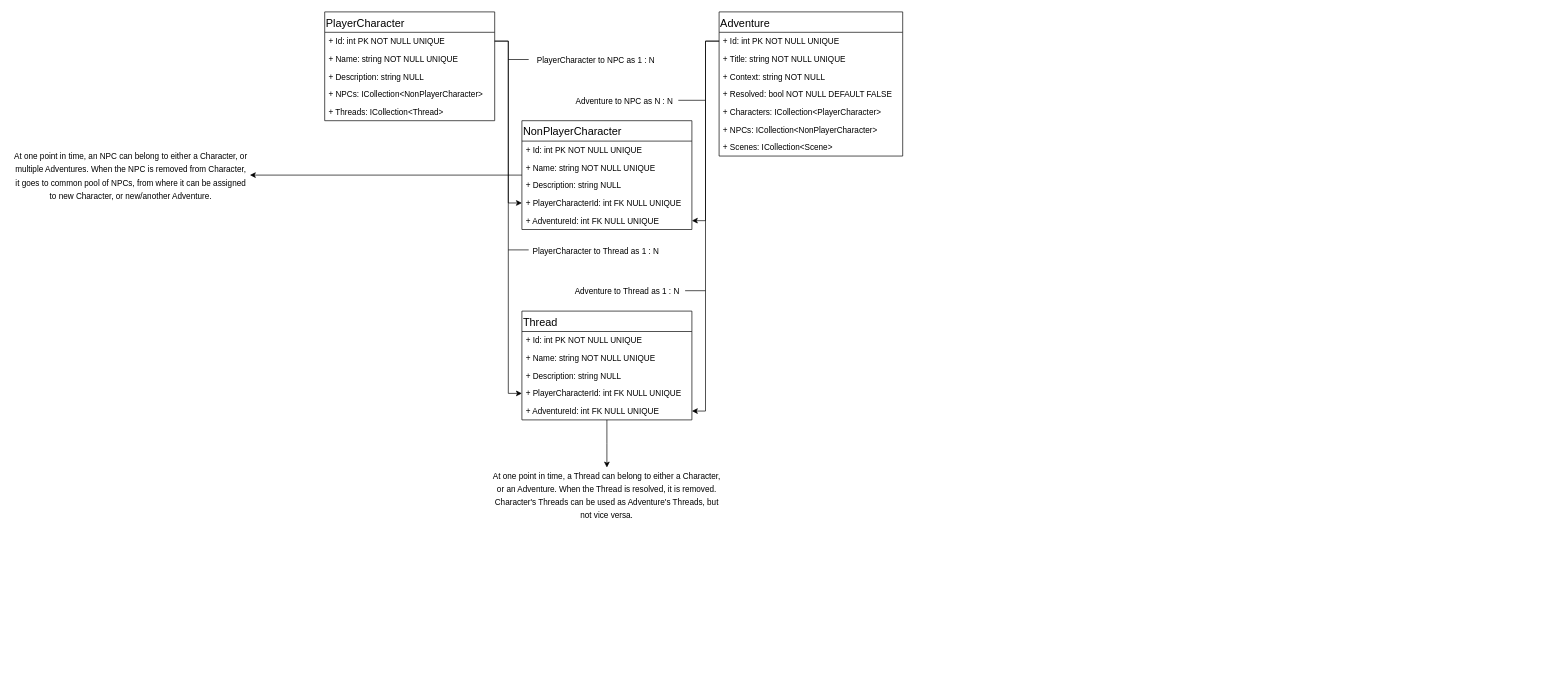
The draw.io diagram page "Data Structure" (3 of 3) of App Flow and Data Structure.drawio in StanisKo/MGME, before the edit. Source tidied: cells renumbered, new cells numbered last; positions are measured from the earlier drawing's top-left corner, leaving out a move shared by most shapes. Both pictures are drawn from the tidied source at 68%, with x=0, y=0 at pixel (12, 12).
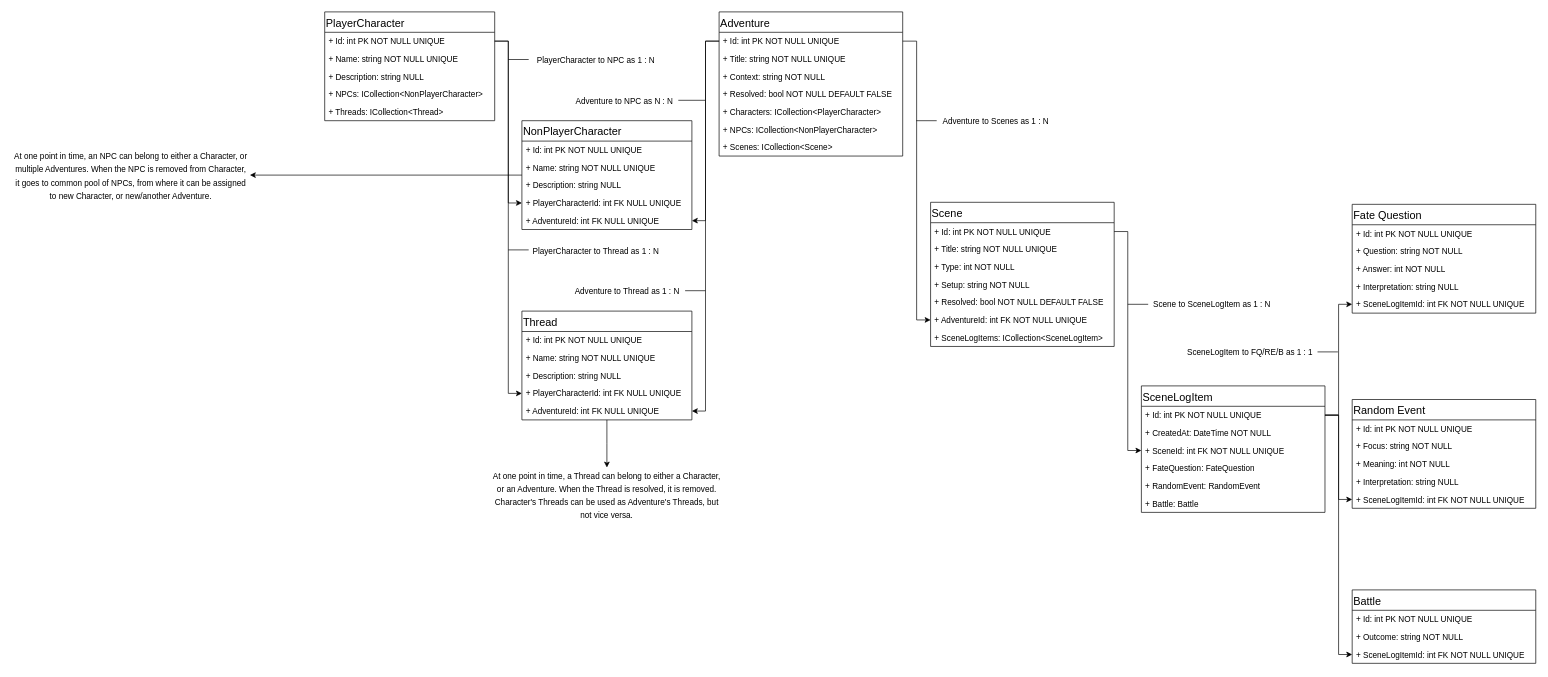
Above is the later version.

The change refers to these unchanged cells:
```xml
<mxCell id="17" value="+ Id: int PK NOT NULL UNIQUE" style="text;strokeColor=none;fillColor=none;align=left;verticalAlign=top;spacingLeft=4;spacingRight=4;overflow=hidden;points=[[0,0.5],[1,0.5]];portConstraint=eastwest;" parent="16" vertex="1">
  <mxGeometry y="30" width="270" height="26" as="geometry" />
</mxCell>
```

Diff of the diagram source:
```diff
@@
+    <mxCell id="44" value="Scene" style="swimlane;fontStyle=0;align=left;verticalAlign=top;horizontal=1;startSize=30;rounded=0;strokeColor=#000000;strokeWidth=1;fillColor=none;fontSize=16;fontColor=#000000;" parent="1" vertex="1">
+      <mxGeometry x="1351" y="280" width="270" height="212" as="geometry" />
+    </mxCell>
+    <mxCell id="45" value="+ Id: int PK NOT NULL UNIQUE" style="text;strokeColor=none;fillColor=none;align=left;verticalAlign=top;spacingLeft=4;spacingRight=4;overflow=hidden;points=[[0,0.5],[1,0.5]];portConstraint=eastwest;" parent="44" vertex="1">
+      <mxGeometry y="30" width="270" height="26" as="geometry" />
+    </mxCell>
+    <mxCell id="46" value="+ Title: string NOT NULL UNIQUE" style="text;strokeColor=none;fillColor=none;align=left;verticalAlign=top;spacingLeft=4;spacingRight=4;overflow=hidden;" parent="44" vertex="1">
+      <mxGeometry y="56" width="270" height="26" as="geometry" />
+    </mxCell>
+    <mxCell id="47" value="+ Type: int NOT NULL" style="text;strokeColor=none;fillColor=none;align=left;verticalAlign=top;spacingLeft=4;spacingRight=4;overflow=hidden;" parent="44" vertex="1">
+      <mxGeometry y="82" width="270" height="26" as="geometry" />
+    </mxCell>
+    <mxCell id="48" value="+ Setup: string NOT NULL" style="text;strokeColor=none;fillColor=none;align=left;verticalAlign=top;spacingLeft=4;spacingRight=4;overflow=hidden;" parent="44" vertex="1">
+      <mxGeometry y="108" width="270" height="26" as="geometry" />
+    </mxCell>
+    <mxCell id="49" value="+ Resolved: bool NOT NULL DEFAULT FALSE" style="text;strokeColor=none;fillColor=none;align=left;verticalAlign=top;spacingLeft=4;spacingRight=4;overflow=hidden;" parent="44" vertex="1">
+      <mxGeometry y="134" width="270" height="26" as="geometry" />
+    </mxCell>
+    <mxCell id="50" value="+ AdventureId: int FK NOT NULL UNIQUE" style="text;strokeColor=none;fillColor=none;align=left;verticalAlign=top;spacingLeft=4;spacingRight=4;overflow=hidden;points=[[0,0.5],[1,0.5]];portConstraint=eastwest;" parent="44" vertex="1">
+      <mxGeometry y="160" width="270" height="26" as="geometry" />
+    </mxCell>
+    <mxCell id="51" value="+ SceneLogItems: ICollection&lt;SceneLogItem&gt;" style="text;strokeColor=none;fillColor=none;align=left;verticalAlign=top;spacingLeft=4;spacingRight=4;overflow=hidden;" parent="44" vertex="1">
+      <mxGeometry y="186" width="270" height="26" as="geometry" />
+    </mxCell>
+    <mxCell id="52" style="edgeStyle=orthogonalEdgeStyle;rounded=0;jettySize=auto;html=1;entryX=0;entryY=0.5;entryDx=0;entryDy=0;strokeWidth=1;fontSize=16;fontColor=#000000;" parent="1" edge="1" source="17" target="50">
+      <mxGeometry relative="1" as="geometry" />
+    </mxCell>
+    <mxCell id="53" style="endArrow=none;html=1;strokeWidth=1;fontSize=16;fontColor=#000000;" parent="1" edge="1">
+      <mxGeometry relative="1" as="geometry">
+        <mxPoint x="1330" y="160" as="sourcePoint" />
+        <mxPoint x="1360" y="160" as="targetPoint" />
+      </mxGeometry>
+    </mxCell>
+    <mxCell id="54" value="&lt;font style=&quot;font-size: 12px&quot;&gt;Adventure to Scenes as 1 : N&lt;/font&gt;" style="text;html=1;strokeColor=none;fillColor=none;align=center;verticalAlign=middle;whiteSpace=wrap;rounded=0;fontSize=16;fontColor=#000000;" parent="1" vertex="1">
+      <mxGeometry x="1346" y="150" width="202" height="20" as="geometry" />
+    </mxCell>
+    <mxCell id="55" value="SceneLogItem" style="swimlane;fontStyle=0;align=left;verticalAlign=top;horizontal=1;startSize=30;rounded=0;strokeColor=#000000;strokeWidth=1;fillColor=none;fontSize=16;fontColor=#000000;" parent="1" vertex="1">
+      <mxGeometry x="1661" y="550" width="270" height="186" as="geometry" />
+    </mxCell>
+    <mxCell id="56" value="+ Id: int PK NOT NULL UNIQUE" style="text;strokeColor=none;fillColor=none;align=left;verticalAlign=top;spacingLeft=4;spacingRight=4;overflow=hidden;points=[[0,0.5],[1,0.5]];portConstraint=eastwest;" parent="55" vertex="1">
+      <mxGeometry y="30" width="270" height="26" as="geometry" />
+    </mxCell>
+    <mxCell id="57" value="+ CreatedAt: DateTime NOT NULL" style="text;strokeColor=none;fillColor=none;align=left;verticalAlign=top;spacingLeft=4;spacingRight=4;overflow=hidden;" parent="55" vertex="1">
+      <mxGeometry y="56" width="270" height="26" as="geometry" />
+    </mxCell>
+    <mxCell id="58" value="+ SceneId: int FK NOT NULL UNIQUE" style="text;strokeColor=none;fillColor=none;align=left;verticalAlign=top;spacingLeft=4;spacingRight=4;overflow=hidden;points=[[0,0.5],[1,0.5]];portConstraint=eastwest;" parent="55" vertex="1">
+      <mxGeometry y="82" width="270" height="26" as="geometry" />
+    </mxCell>
+    <mxCell id="59" value="+ FateQuestion: FateQuestion" style="text;strokeColor=none;fillColor=none;align=left;verticalAlign=top;spacingLeft=4;spacingRight=4;overflow=hidden;" parent="55" vertex="1">
+      <mxGeometry y="108" width="270" height="26" as="geometry" />
+    </mxCell>
+    <mxCell id="60" value="+ RandomEvent: RandomEvent" style="text;strokeColor=none;fillColor=none;align=left;verticalAlign=top;spacingLeft=4;spacingRight=4;overflow=hidden;" parent="55" vertex="1">
+      <mxGeometry y="134" width="270" height="26" as="geometry" />
+    </mxCell>
+    <mxCell id="61" value="+ Battle: Battle" style="text;strokeColor=none;fillColor=none;align=left;verticalAlign=top;spacingLeft=4;spacingRight=4;overflow=hidden;" parent="55" vertex="1">
+      <mxGeometry y="160" width="270" height="26" as="geometry" />
+    </mxCell>
+    <mxCell id="62" style="edgeStyle=orthogonalEdgeStyle;rounded=0;jettySize=auto;html=1;entryX=0;entryY=0.5;entryDx=0;entryDy=0;strokeWidth=1;fontSize=16;fontColor=#000000;" parent="1" edge="1" source="45" target="58">
+      <mxGeometry relative="1" as="geometry" />
+    </mxCell>
+    <mxCell id="63" value="Fate Question" style="swimlane;fontStyle=0;align=left;verticalAlign=top;horizontal=1;startSize=30;rounded=0;strokeColor=#000000;strokeWidth=1;fillColor=none;fontSize=16;fontColor=#000000;" parent="1" vertex="1">
+      <mxGeometry x="1971" y="283" width="270" height="160" as="geometry" />
+    </mxCell>
+    <mxCell id="64" value="+ Id: int PK NOT NULL UNIQUE" style="text;strokeColor=none;fillColor=none;align=left;verticalAlign=top;spacingLeft=4;spacingRight=4;overflow=hidden;" parent="63" vertex="1">
+      <mxGeometry y="30" width="270" height="26" as="geometry" />
+    </mxCell>
+    <mxCell id="65" value="+ Question: string NOT NULL" style="text;strokeColor=none;fillColor=none;align=left;verticalAlign=top;spacingLeft=4;spacingRight=4;overflow=hidden;" parent="63" vertex="1">
+      <mxGeometry y="56" width="270" height="26" as="geometry" />
+    </mxCell>
+    <mxCell id="66" value="+ Answer: int NOT NULL" style="text;strokeColor=none;fillColor=none;align=left;verticalAlign=top;spacingLeft=4;spacingRight=4;overflow=hidden;" parent="63" vertex="1">
+      <mxGeometry y="82" width="270" height="26" as="geometry" />
+    </mxCell>
+    <mxCell id="67" value="+ Interpretation: string NULL" style="text;strokeColor=none;fillColor=none;align=left;verticalAlign=top;spacingLeft=4;spacingRight=4;overflow=hidden;" parent="63" vertex="1">
+      <mxGeometry y="108" width="270" height="26" as="geometry" />
+    </mxCell>
+    <mxCell id="68" value="+ SceneLogItemId: int FK NOT NULL UNIQUE" style="text;strokeColor=none;fillColor=none;align=left;verticalAlign=top;spacingLeft=4;spacingRight=4;overflow=hidden;points=[[0,0.5],[1,0.5]];portConstraint=eastwest;" parent="63" vertex="1">
+      <mxGeometry y="134" width="270" height="26" as="geometry" />
+    </mxCell>
+    <mxCell id="69" style="edgeStyle=orthogonalEdgeStyle;rounded=0;jettySize=auto;html=1;entryX=0;entryY=0.5;entryDx=0;entryDy=0;strokeWidth=1;fontSize=16;fontColor=#000000;" parent="1" edge="1" source="56" target="68">
+      <mxGeometry relative="1" as="geometry" />
+    </mxCell>
+    <mxCell id="70" value="Battle" style="swimlane;fontStyle=0;align=left;verticalAlign=top;horizontal=1;startSize=30;rounded=0;strokeColor=#000000;strokeWidth=1;fillColor=none;fontSize=16;fontColor=#000000;" parent="1" vertex="1">
+      <mxGeometry x="1971" y="850" width="270" height="108" as="geometry" />
+    </mxCell>
+    <mxCell id="71" value="+ Id: int PK NOT NULL UNIQUE" style="text;strokeColor=none;fillColor=none;align=left;verticalAlign=top;spacingLeft=4;spacingRight=4;overflow=hidden;" parent="70" vertex="1">
+      <mxGeometry y="30" width="270" height="26" as="geometry" />
+    </mxCell>
+    <mxCell id="72" value="+ Outcome: string NOT NULL" style="text;strokeColor=none;fillColor=none;align=left;verticalAlign=top;spacingLeft=4;spacingRight=4;overflow=hidden;" parent="70" vertex="1">
+      <mxGeometry y="56" width="270" height="26" as="geometry" />
+    </mxCell>
+    <mxCell id="73" value="+ SceneLogItemId: int FK NOT NULL UNIQUE" style="text;strokeColor=none;fillColor=none;align=left;verticalAlign=top;spacingLeft=4;spacingRight=4;overflow=hidden;points=[[0,0.5],[1,0.5]];portConstraint=eastwest;" parent="70" vertex="1">
+      <mxGeometry y="82" width="270" height="26" as="geometry" />
+    </mxCell>
+    <mxCell id="74" style="edgeStyle=orthogonalEdgeStyle;rounded=0;jettySize=auto;html=1;entryX=0;entryY=0.5;entryDx=0;entryDy=0;strokeWidth=1;fontSize=16;fontColor=#000000;" parent="1" edge="1" source="56" target="73">
+      <mxGeometry relative="1" as="geometry" />
+    </mxCell>
+    <mxCell id="75" value="Random Event" style="swimlane;fontStyle=0;align=left;verticalAlign=top;horizontal=1;startSize=30;rounded=0;strokeColor=#000000;strokeWidth=1;fillColor=none;fontSize=16;fontColor=#000000;" parent="1" vertex="1">
+      <mxGeometry x="1971" y="570" width="270" height="160" as="geometry" />
+    </mxCell>
+    <mxCell id="76" value="+ Id: int PK NOT NULL UNIQUE" style="text;strokeColor=none;fillColor=none;align=left;verticalAlign=top;spacingLeft=4;spacingRight=4;overflow=hidden;" parent="75" vertex="1">
+      <mxGeometry y="30" width="270" height="26" as="geometry" />
+    </mxCell>
+    <mxCell id="77" value="+ Focus: string NOT NULL" style="text;strokeColor=none;fillColor=none;align=left;verticalAlign=top;spacingLeft=4;spacingRight=4;overflow=hidden;" parent="75" vertex="1">
+      <mxGeometry y="56" width="270" height="26" as="geometry" />
+    </mxCell>
+    <mxCell id="78" value="+ Meaning: int NOT NULL" style="text;strokeColor=none;fillColor=none;align=left;verticalAlign=top;spacingLeft=4;spacingRight=4;overflow=hidden;" parent="75" vertex="1">
+      <mxGeometry y="82" width="270" height="26" as="geometry" />
+    </mxCell>
+    <mxCell id="79" value="+ Interpretation: string NULL" style="text;strokeColor=none;fillColor=none;align=left;verticalAlign=top;spacingLeft=4;spacingRight=4;overflow=hidden;" parent="75" vertex="1">
+      <mxGeometry y="108" width="270" height="26" as="geometry" />
+    </mxCell>
+    <mxCell id="80" value="+ SceneLogItemId: int FK NOT NULL UNIQUE" style="text;strokeColor=none;fillColor=none;align=left;verticalAlign=top;spacingLeft=4;spacingRight=4;overflow=hidden;points=[[0,0.5],[1,0.5]];portConstraint=eastwest;" parent="75" vertex="1">
+      <mxGeometry y="134" width="270" height="26" as="geometry" />
+    </mxCell>
+    <mxCell id="81" style="edgeStyle=orthogonalEdgeStyle;rounded=0;jettySize=auto;html=1;entryX=0;entryY=0.5;entryDx=0;entryDy=0;strokeWidth=1;fontSize=16;fontColor=#000000;" parent="1" edge="1" source="56" target="80">
+      <mxGeometry relative="1" as="geometry" />
+    </mxCell>
+    <mxCell id="82" style="endArrow=none;html=1;strokeWidth=1;fontSize=16;fontColor=#000000;" parent="1" edge="1">
+      <mxGeometry relative="1" as="geometry">
+        <mxPoint x="1641" y="430" as="sourcePoint" />
+        <mxPoint x="1671" y="430" as="targetPoint" />
+      </mxGeometry>
+    </mxCell>
+    <mxCell id="83" value="&lt;span style=&quot;font-size: 12px&quot;&gt;Scene to SceneLogItem as 1 : N&lt;/span&gt;" style="text;html=1;strokeColor=none;fillColor=none;align=center;verticalAlign=middle;whiteSpace=wrap;rounded=0;fontSize=16;fontColor=#000000;" parent="1" vertex="1">
+      <mxGeometry x="1664" y="419" width="202" height="20" as="geometry" />
+    </mxCell>
+    <mxCell id="84" style="endArrow=none;html=1;strokeWidth=1;fontSize=16;fontColor=#000000;" parent="1" edge="1">
+      <mxGeometry relative="1" as="geometry">
+        <mxPoint x="1920" y="500" as="sourcePoint" />
+        <mxPoint x="1950" y="500" as="targetPoint" />
+      </mxGeometry>
+    </mxCell>
+    <mxCell id="85" value="&lt;span style=&quot;font-size: 12px&quot;&gt;SceneLogItem to FQ/RE/B as 1 : 1&lt;/span&gt;" style="text;html=1;strokeColor=none;fillColor=none;align=center;verticalAlign=middle;whiteSpace=wrap;rounded=0;fontSize=16;fontColor=#000000;" parent="1" vertex="1">
+      <mxGeometry x="1720" y="489" width="202" height="20" as="geometry" />
+    </mxCell>
```
